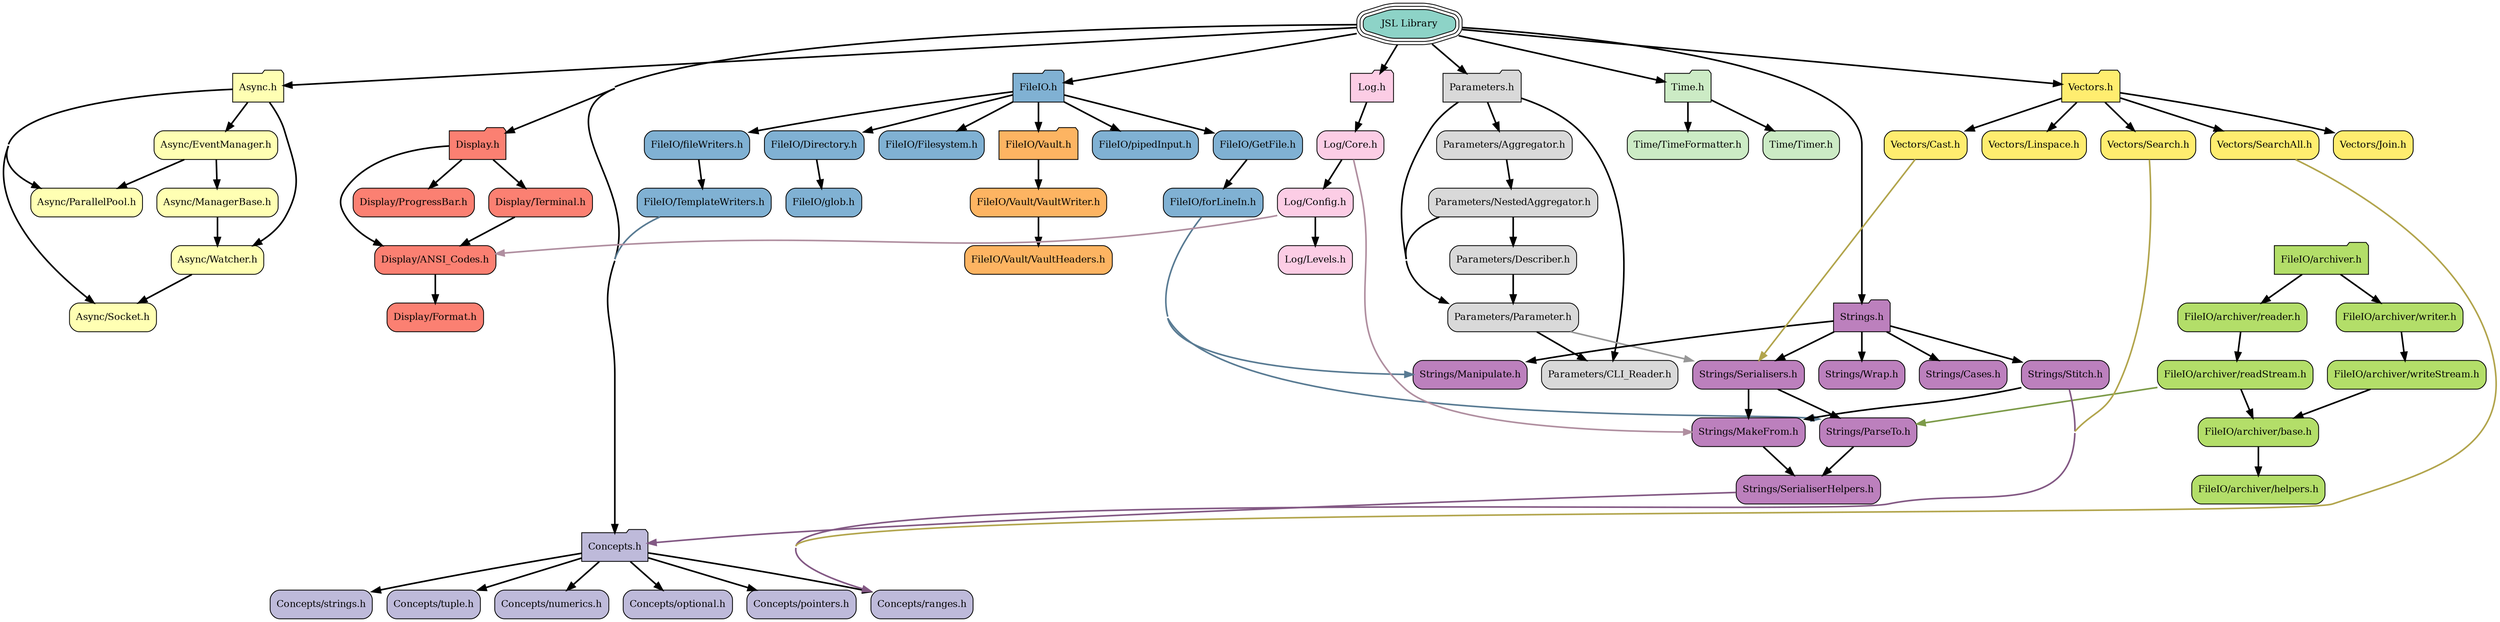
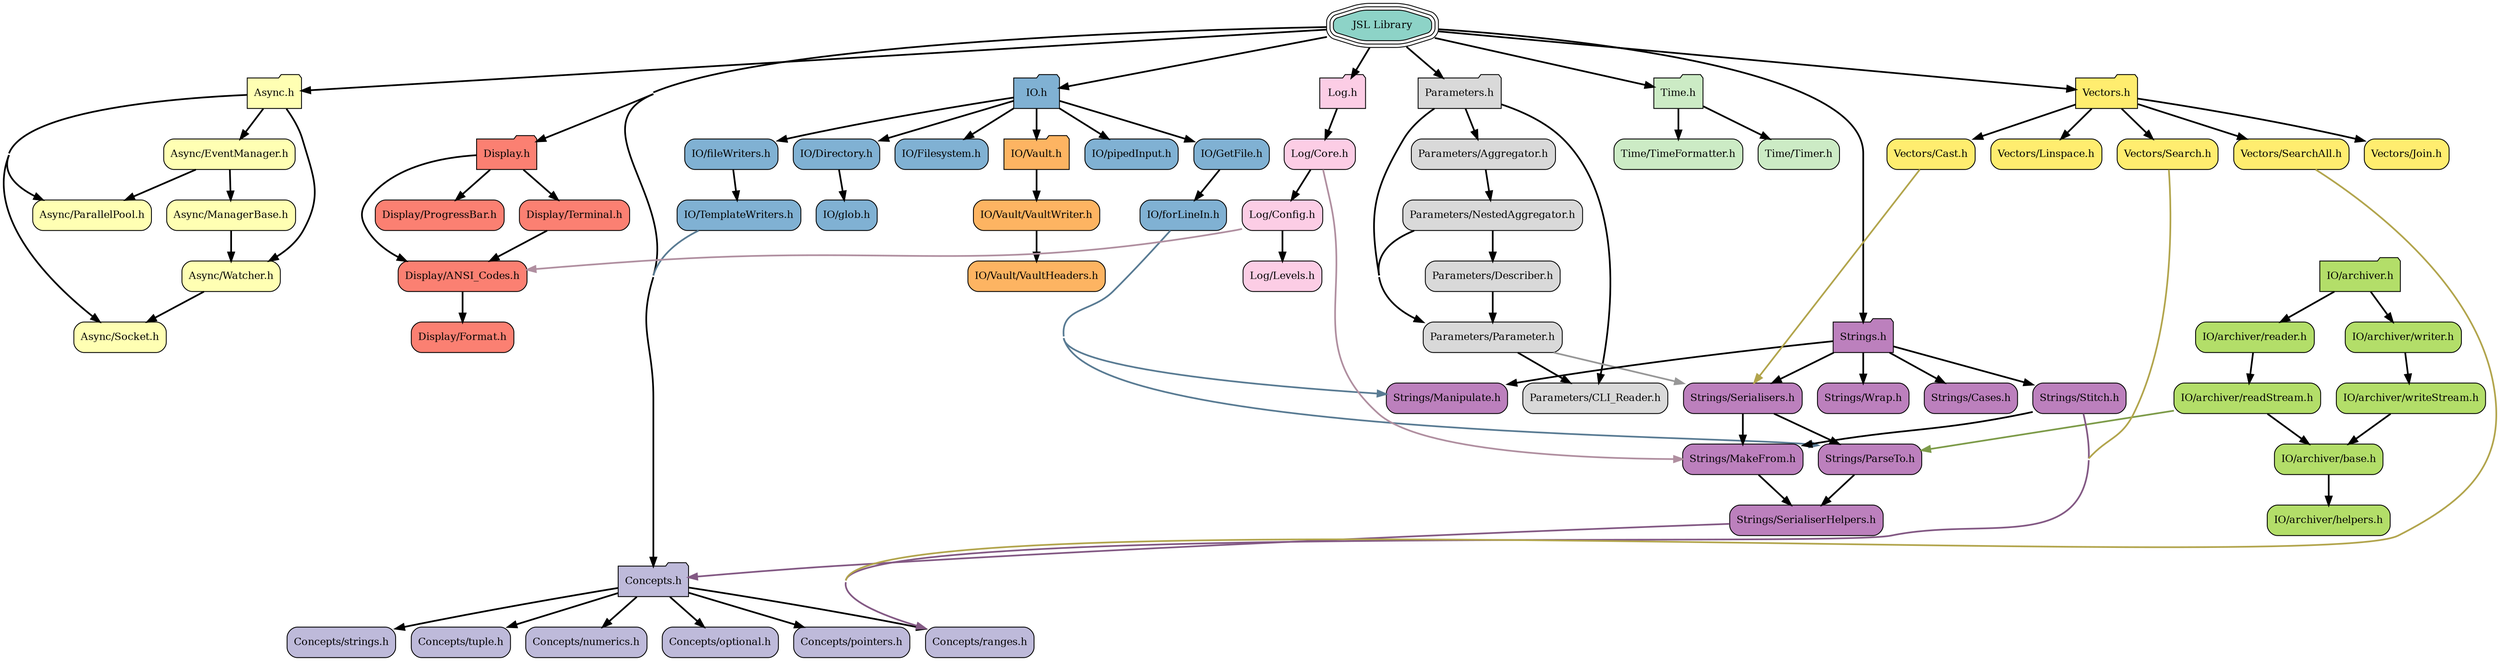
digraph codeviz{
	bgcolor="#ffffff"
	concentrate=true
	splines=true
	sep="+15,+15"
	overlap=false

	node[shape=Mrecord,fontsize=12]

	node[fillcolor="#8dd3c7", style="rounded,filled", shape=tripleoctagon, color="black"] "JSL.h"                           [label="JSL Library"]
	node[fillcolor="#ffffb3", style="rounded,filled", shape=folder, color="black"] "Async.h"                         [label="Async.h"]
	node[fillcolor="#ffffb3", style="rounded,filled", shape=box, color="black"] "Async/EventManager.h"            [label="Async/EventManager.h"]
	node[fillcolor="#ffffb3", style="rounded,filled", shape=box, color="black"] "Async/ManagerBase.h"             [label="Async/ManagerBase.h"]
	node[fillcolor="#ffffb3", style="rounded,filled", shape=box, color="black"] "Async/ParallelPool.h"            [label="Async/ParallelPool.h"]
	node[fillcolor="#ffffb3", style="rounded,filled", shape=box, color="black"] "Async/Socket.h"                  [label="Async/Socket.h"]
	node[fillcolor="#ffffb3", style="rounded,filled", shape=box, color="black"] "Async/Watcher.h"                 [label="Async/Watcher.h"]
	node[fillcolor="#bebada", style="rounded,filled", shape=folder, color="black"] "Concepts.h"                      [label="Concepts.h"]
	node[fillcolor="#bebada", style="rounded,filled", shape=box, color="black"] "Concepts/numerics.h"             [label="Concepts/numerics.h"]
	node[fillcolor="#bebada", style="rounded,filled", shape=box, color="black"] "Concepts/optional.h"             [label="Concepts/optional.h"]
	node[fillcolor="#bebada", style="rounded,filled", shape=box, color="black"] "Concepts/pointers.h"             [label="Concepts/pointers.h"]
	node[fillcolor="#bebada", style="rounded,filled", shape=box, color="black"] "Concepts/ranges.h"               [label="Concepts/ranges.h"]
	node[fillcolor="#bebada", style="rounded,filled", shape=box, color="black"] "Concepts/strings.h"              [label="Concepts/strings.h"]
	node[fillcolor="#bebada", style="rounded,filled", shape=box, color="black"] "Concepts/tuple.h"                [label="Concepts/tuple.h"]
	node[fillcolor="#fb8072", style="rounded,filled", shape=folder, color="black"] "Display.h"                       [label="Display.h"]
	node[fillcolor="#fb8072", style="rounded,filled", shape=box, color="black"] "Display/ANSI_Codes.h"            [label="Display/ANSI_Codes.h"]
	node[fillcolor="#fb8072", style="rounded,filled", shape=box, color="black"] "Display/Format.h"                [label="Display/Format.h"]
	node[fillcolor="#fb8072", style="rounded,filled", shape=box, color="black"] "Display/ProgressBar.h"           [label="Display/ProgressBar.h"]
	node[fillcolor="#fb8072", style="rounded,filled", shape=box, color="black"] "Display/Terminal.h"              [label="Display/Terminal.h"]
- 	node[fillcolor="#80b1d3", style="rounded,filled", shape=folder, color="black"] "FileIO.h"                        [label="FileIO.h"]
- 	node[fillcolor="#80b1d3", style="rounded,filled", shape=box, color="black"] "FileIO/Directory.h"              [label="FileIO/Directory.h"]
- 	node[fillcolor="#80b1d3", style="rounded,filled", shape=box, color="black"] "FileIO/Filesystem.h"             [label="FileIO/Filesystem.h"]
- 	node[fillcolor="#80b1d3", style="rounded,filled", shape=box, color="black"] "FileIO/GetFile.h"                [label="FileIO/GetFile.h"]
- 	node[fillcolor="#80b1d3", style="rounded,filled", shape=box, color="black"] "FileIO/TemplateWriters.h"        [label="FileIO/TemplateWriters.h"]
- 	node[fillcolor="#fdb462", style="rounded,filled", shape=folder, color="black"] "FileIO/Vault.h"                  [label="FileIO/Vault.h"]
- 	node[fillcolor="#fdb462", style="rounded,filled", shape=box, color="black"] "FileIO/Vault/VaultHeaders.h"     [label="FileIO/Vault/VaultHeaders.h"]
- 	node[fillcolor="#fdb462", style="rounded,filled", shape=box, color="black"] "FileIO/Vault/VaultWriter.h"      [label="FileIO/Vault/VaultWriter.h"]
- 	node[fillcolor="#b3de69", style="rounded,filled", shape=folder, color="black"] "FileIO/archiver.h"               [label="FileIO/archiver.h"]
- 	node[fillcolor="#b3de69", style="rounded,filled", shape=box, color="black"] "FileIO/archiver/base.h"          [label="FileIO/archiver/base.h"]
- 	node[fillcolor="#b3de69", style="rounded,filled", shape=box, color="black"] "FileIO/archiver/helpers.h"       [label="FileIO/archiver/helpers.h"]
- 	node[fillcolor="#b3de69", style="rounded,filled", shape=box, color="black"] "FileIO/archiver/readStream.h"    [label="FileIO/archiver/readStream.h"]
- 	node[fillcolor="#b3de69", style="rounded,filled", shape=box, color="black"] "FileIO/archiver/reader.h"        [label="FileIO/archiver/reader.h"]
- 	node[fillcolor="#b3de69", style="rounded,filled", shape=box, color="black"] "FileIO/archiver/writeStream.h"   [label="FileIO/archiver/writeStream.h"]
- 	node[fillcolor="#b3de69", style="rounded,filled", shape=box, color="black"] "FileIO/archiver/writer.h"        [label="FileIO/archiver/writer.h"]
- 	node[fillcolor="#80b1d3", style="rounded,filled", shape=box, color="black"] "FileIO/fileWriters.h"            [label="FileIO/fileWriters.h"]
- 	node[fillcolor="#80b1d3", style="rounded,filled", shape=box, color="black"] "FileIO/forLineIn.h"              [label="FileIO/forLineIn.h"]
- 	node[fillcolor="#80b1d3", style="rounded,filled", shape=box, color="black"] "FileIO/glob.h"                   [label="FileIO/glob.h"]
- 	node[fillcolor="#80b1d3", style="rounded,filled", shape=box, color="black"] "FileIO/pipedInput.h"             [label="FileIO/pipedInput.h"]
+ 	node[fillcolor="#80b1d3", style="rounded,filled", shape=folder, color="black"] "IO.h"                            [label="IO.h"]
+ 	node[fillcolor="#80b1d3", style="rounded,filled", shape=box, color="black"] "IO/Directory.h"                  [label="IO/Directory.h"]
+ 	node[fillcolor="#80b1d3", style="rounded,filled", shape=box, color="black"] "IO/Filesystem.h"                 [label="IO/Filesystem.h"]
+ 	node[fillcolor="#80b1d3", style="rounded,filled", shape=box, color="black"] "IO/GetFile.h"                    [label="IO/GetFile.h"]
+ 	node[fillcolor="#80b1d3", style="rounded,filled", shape=box, color="black"] "IO/TemplateWriters.h"            [label="IO/TemplateWriters.h"]
+ 	node[fillcolor="#fdb462", style="rounded,filled", shape=folder, color="black"] "IO/Vault.h"                      [label="IO/Vault.h"]
+ 	node[fillcolor="#fdb462", style="rounded,filled", shape=box, color="black"] "IO/Vault/VaultHeaders.h"         [label="IO/Vault/VaultHeaders.h"]
+ 	node[fillcolor="#fdb462", style="rounded,filled", shape=box, color="black"] "IO/Vault/VaultWriter.h"          [label="IO/Vault/VaultWriter.h"]
+ 	node[fillcolor="#b3de69", style="rounded,filled", shape=folder, color="black"] "IO/archiver.h"                   [label="IO/archiver.h"]
+ 	node[fillcolor="#b3de69", style="rounded,filled", shape=box, color="black"] "IO/archiver/base.h"              [label="IO/archiver/base.h"]
+ 	node[fillcolor="#b3de69", style="rounded,filled", shape=box, color="black"] "IO/archiver/helpers.h"           [label="IO/archiver/helpers.h"]
+ 	node[fillcolor="#b3de69", style="rounded,filled", shape=box, color="black"] "IO/archiver/readStream.h"        [label="IO/archiver/readStream.h"]
+ 	node[fillcolor="#b3de69", style="rounded,filled", shape=box, color="black"] "IO/archiver/reader.h"            [label="IO/archiver/reader.h"]
+ 	node[fillcolor="#b3de69", style="rounded,filled", shape=box, color="black"] "IO/archiver/writeStream.h"       [label="IO/archiver/writeStream.h"]
+ 	node[fillcolor="#b3de69", style="rounded,filled", shape=box, color="black"] "IO/archiver/writer.h"            [label="IO/archiver/writer.h"]
+ 	node[fillcolor="#80b1d3", style="rounded,filled", shape=box, color="black"] "IO/fileWriters.h"                [label="IO/fileWriters.h"]
+ 	node[fillcolor="#80b1d3", style="rounded,filled", shape=box, color="black"] "IO/forLineIn.h"                  [label="IO/forLineIn.h"]
+ 	node[fillcolor="#80b1d3", style="rounded,filled", shape=box, color="black"] "IO/glob.h"                       [label="IO/glob.h"]
+ 	node[fillcolor="#80b1d3", style="rounded,filled", shape=box, color="black"] "IO/pipedInput.h"                 [label="IO/pipedInput.h"]
	node[fillcolor="#fccde5", style="rounded,filled", shape=folder, color="black"] "Log.h"                           [label="Log.h"]
	node[fillcolor="#fccde5", style="rounded,filled", shape=box, color="black"] "Log/Config.h"                    [label="Log/Config.h"]
	node[fillcolor="#fccde5", style="rounded,filled", shape=box, color="black"] "Log/Core.h"                      [label="Log/Core.h"]
	node[fillcolor="#fccde5", style="rounded,filled", shape=box, color="black"] "Log/Levels.h"                    [label="Log/Levels.h"]
	node[fillcolor="#d9d9d9", style="rounded,filled", shape=folder, color="black"] "Parameters.h"                    [label="Parameters.h"]
	node[fillcolor="#d9d9d9", style="rounded,filled", shape=box, color="black"] "Parameters/Aggregator.h"         [label="Parameters/Aggregator.h"]
	node[fillcolor="#d9d9d9", style="rounded,filled", shape=box, color="black"] "Parameters/CLI_Reader.h"         [label="Parameters/CLI_Reader.h"]
	node[fillcolor="#d9d9d9", style="rounded,filled", shape=box, color="black"] "Parameters/Describer.h"          [label="Parameters/Describer.h"]
	node[fillcolor="#d9d9d9", style="rounded,filled", shape=box, color="black"] "Parameters/NestedAggregator.h"   [label="Parameters/NestedAggregator.h"]
	node[fillcolor="#d9d9d9", style="rounded,filled", shape=box, color="black"] "Parameters/Parameter.h"          [label="Parameters/Parameter.h"]
	node[fillcolor="#bc80bd", style="rounded,filled", shape=folder, color="black"] "Strings.h"                       [label="Strings.h"]
	node[fillcolor="#bc80bd", style="rounded,filled", shape=box, color="black"] "Strings/Cases.h"                 [label="Strings/Cases.h"]
	node[fillcolor="#bc80bd", style="rounded,filled", shape=box, color="black"] "Strings/MakeFrom.h"              [label="Strings/MakeFrom.h"]
	node[fillcolor="#bc80bd", style="rounded,filled", shape=box, color="black"] "Strings/Manipulate.h"            [label="Strings/Manipulate.h"]
	node[fillcolor="#bc80bd", style="rounded,filled", shape=box, color="black"] "Strings/ParseTo.h"               [label="Strings/ParseTo.h"]
	node[fillcolor="#bc80bd", style="rounded,filled", shape=box, color="black"] "Strings/SerialiserHelpers.h"     [label="Strings/SerialiserHelpers.h"]
	node[fillcolor="#bc80bd", style="rounded,filled", shape=box, color="black"] "Strings/Serialisers.h"           [label="Strings/Serialisers.h"]
	node[fillcolor="#bc80bd", style="rounded,filled", shape=box, color="black"] "Strings/Stitch.h"                [label="Strings/Stitch.h"]
	node[fillcolor="#bc80bd", style="rounded,filled", shape=box, color="black"] "Strings/Wrap.h"                  [label="Strings/Wrap.h"]
	node[fillcolor="#ccebc5", style="rounded,filled", shape=folder, color="black"] "Time.h"                          [label="Time.h"]
	node[fillcolor="#ccebc5", style="rounded,filled", shape=box, color="black"] "Time/TimeFormatter.h"            [label="Time/TimeFormatter.h"]
	node[fillcolor="#ccebc5", style="rounded,filled", shape=box, color="black"] "Time/Timer.h"                    [label="Time/Timer.h"]
	node[fillcolor="#ffed6f", style="rounded,filled", shape=folder, color="black"] "Vectors.h"                       [label="Vectors.h"]
	node[fillcolor="#ffed6f", style="rounded,filled", shape=box, color="black"] "Vectors/Cast.h"                  [label="Vectors/Cast.h"]
	node[fillcolor="#ffed6f", style="rounded,filled", shape=box, color="black"] "Vectors/Join.h"                  [label="Vectors/Join.h"]
	node[fillcolor="#ffed6f", style="rounded,filled", shape=box, color="black"] "Vectors/Linspace.h"              [label="Vectors/Linspace.h"]
	node[fillcolor="#ffed6f", style="rounded,filled", shape=box, color="black"] "Vectors/Search.h"                [label="Vectors/Search.h"]
	node[fillcolor="#ffed6f", style="rounded,filled", shape=box, color="black"] "Vectors/SearchAll.h"             [label="Vectors/SearchAll.h"]
+ 	"JSL.h"                           -> "Async.h"[weight=10,penwidth=2]
+ 	"JSL.h"                           -> "IO.h"[weight=10,penwidth=2]
	"JSL.h"                           -> "Parameters.h"[weight=10,penwidth=2]
+ 	"JSL.h"                           -> "Display.h"[weight=10,penwidth=2]
	"JSL.h"                           -> "Time.h"[weight=10,penwidth=2]
+ 	"JSL.h"                           -> "Strings.h"[weight=10,penwidth=2]
+ 	"JSL.h"                           -> "Log.h"[weight=10,penwidth=2]
	"JSL.h"                           -> "Concepts.h"[weight=10,penwidth=2]
- 	"JSL.h"                           -> "Log.h"[weight=10,penwidth=2]
- 	"JSL.h"                           -> "Async.h"[weight=10,penwidth=2]
	"JSL.h"                           -> "Vectors.h"[weight=10,penwidth=2]
- 	"JSL.h"                           -> "Strings.h"[weight=10,penwidth=2]
- 	"JSL.h"                           -> "FileIO.h"[weight=10,penwidth=2]
- 	"JSL.h"                           -> "Display.h"[weight=10,penwidth=2]
	"Async.h"                         -> "Async/Socket.h"[weight=10,penwidth=2]
	"Async.h"                         -> "Async/Watcher.h"[weight=10,penwidth=2]
	"Async.h"                         -> "Async/EventManager.h"[weight=10,penwidth=2]
	"Async.h"                         -> "Async/ParallelPool.h"[weight=10,penwidth=2]
	"Async/EventManager.h"            -> "Async/ManagerBase.h"[weight=10,penwidth=2]
	"Async/EventManager.h"            -> "Async/ParallelPool.h"[weight=10,penwidth=2]
	"Async/ManagerBase.h"             -> "Async/Watcher.h"[weight=10,penwidth=2]
	"Async/Watcher.h"                 -> "Async/Socket.h"[weight=10,penwidth=2]
	"Concepts.h"                      -> "Concepts/numerics.h"[weight=10,penwidth=2]
- 	"Concepts.h"                      -> "Concepts/ranges.h"[weight=10,penwidth=2]
	"Concepts.h"                      -> "Concepts/optional.h"[weight=10,penwidth=2]
- 	"Concepts.h"                      -> "Concepts/tuple.h"[weight=10,penwidth=2]
	"Concepts.h"                      -> "Concepts/strings.h"[weight=10,penwidth=2]
	"Concepts.h"                      -> "Concepts/pointers.h"[weight=10,penwidth=2]
+ 	"Concepts.h"                      -> "Concepts/ranges.h"[weight=10,penwidth=2]
+ 	"Concepts.h"                      -> "Concepts/tuple.h"[weight=10,penwidth=2]
	"Display.h"                       -> "Display/Terminal.h"[weight=10,penwidth=2]
+ 	"Display.h"                       -> "Display/ProgressBar.h"[weight=10,penwidth=2]
	"Display.h"                       -> "Display/ANSI_Codes.h"[weight=10,penwidth=2]
- 	"Display.h"                       -> "Display/ProgressBar.h"[weight=10,penwidth=2]
	"Display/ANSI_Codes.h"            -> "Display/Format.h"[weight=10,penwidth=2]
	"Display/Terminal.h"              -> "Display/ANSI_Codes.h"[weight=10,penwidth=2]
- 	"FileIO.h"                        -> "FileIO/fileWriters.h"[weight=10,penwidth=2]
- 	"FileIO.h"                        -> "FileIO/pipedInput.h"[weight=10,penwidth=2]
- 	"FileIO.h"                        -> "FileIO/Filesystem.h"[weight=10,penwidth=2]
- 	"FileIO.h"                        -> "FileIO/Vault.h"[weight=10,penwidth=2]
- 	"FileIO.h"                        -> "FileIO/Directory.h"[weight=10,penwidth=2]
- 	"FileIO.h"                        -> "FileIO/GetFile.h"[weight=10,penwidth=2]
- 	"FileIO/Directory.h"              -> "FileIO/glob.h"[weight=10,penwidth=2]
- 	"FileIO/GetFile.h"                -> "FileIO/forLineIn.h"[weight=10,penwidth=2]
- 	"FileIO/TemplateWriters.h"        -> "Concepts.h"[weight=0,penwidth=2,color="#597b93"]
- 	"FileIO/Vault.h"                  -> "FileIO/Vault/VaultWriter.h"[weight=10,penwidth=2]
- 	"FileIO/Vault/VaultWriter.h"      -> "FileIO/Vault/VaultHeaders.h"[weight=10,penwidth=2]
- 	"FileIO/archiver.h"               -> "FileIO/archiver/writer.h"[weight=10,penwidth=2]
- 	"FileIO/archiver.h"               -> "FileIO/archiver/reader.h"[weight=10,penwidth=2]
- 	"FileIO/archiver/base.h"          -> "FileIO/archiver/helpers.h"[weight=10,penwidth=2]
- 	"FileIO/archiver/readStream.h"    -> "FileIO/archiver/base.h"[weight=10,penwidth=2]
- 	"FileIO/archiver/readStream.h"    -> "Strings/ParseTo.h"[weight=0,penwidth=2,color="#7d9b49"]
- 	"FileIO/archiver/reader.h"        -> "FileIO/archiver/readStream.h"[weight=10,penwidth=2]
- 	"FileIO/archiver/writeStream.h"   -> "FileIO/archiver/base.h"[weight=10,penwidth=2]
- 	"FileIO/archiver/writer.h"        -> "FileIO/archiver/writeStream.h"[weight=10,penwidth=2]
- 	"FileIO/fileWriters.h"            -> "FileIO/TemplateWriters.h"[weight=10,penwidth=2]
- 	"FileIO/forLineIn.h"              -> "Strings/ParseTo.h"[weight=0,penwidth=2,color="#597b93"]
- 	"FileIO/forLineIn.h"              -> "Strings/Manipulate.h"[weight=0,penwidth=2,color="#597b93"]
+ 	"IO.h"                            -> "IO/GetFile.h"[weight=10,penwidth=2]
+ 	"IO.h"                            -> "IO/pipedInput.h"[weight=10,penwidth=2]
+ 	"IO.h"                            -> "IO/Directory.h"[weight=10,penwidth=2]
+ 	"IO.h"                            -> "IO/Filesystem.h"[weight=10,penwidth=2]
+ 	"IO.h"                            -> "IO/Vault.h"[weight=10,penwidth=2]
+ 	"IO.h"                            -> "IO/fileWriters.h"[weight=10,penwidth=2]
+ 	"IO/Directory.h"                  -> "IO/glob.h"[weight=10,penwidth=2]
+ 	"IO/GetFile.h"                    -> "IO/forLineIn.h"[weight=10,penwidth=2]
+ 	"IO/TemplateWriters.h"            -> "Concepts.h"[weight=0,penwidth=2,color="#597b93"]
+ 	"IO/Vault.h"                      -> "IO/Vault/VaultWriter.h"[weight=10,penwidth=2]
+ 	"IO/Vault/VaultWriter.h"          -> "IO/Vault/VaultHeaders.h"[weight=10,penwidth=2]
+ 	"IO/archiver.h"                   -> "IO/archiver/writer.h"[weight=10,penwidth=2]
+ 	"IO/archiver.h"                   -> "IO/archiver/reader.h"[weight=10,penwidth=2]
+ 	"IO/archiver/base.h"              -> "IO/archiver/helpers.h"[weight=10,penwidth=2]
+ 	"IO/archiver/readStream.h"        -> "IO/archiver/base.h"[weight=10,penwidth=2]
+ 	"IO/archiver/readStream.h"        -> "Strings/ParseTo.h"[weight=0,penwidth=2,color="#7d9b49"]
+ 	"IO/archiver/reader.h"            -> "IO/archiver/readStream.h"[weight=10,penwidth=2]
+ 	"IO/archiver/writeStream.h"       -> "IO/archiver/base.h"[weight=10,penwidth=2]
+ 	"IO/archiver/writer.h"            -> "IO/archiver/writeStream.h"[weight=10,penwidth=2]
+ 	"IO/fileWriters.h"                -> "IO/TemplateWriters.h"[weight=10,penwidth=2]
+ 	"IO/forLineIn.h"                  -> "Strings/Manipulate.h"[weight=0,penwidth=2,color="#597b93"]
+ 	"IO/forLineIn.h"                  -> "Strings/ParseTo.h"[weight=0,penwidth=2,color="#597b93"]
	"Log.h"                           -> "Log/Core.h"[weight=10,penwidth=2]
	"Log/Config.h"                    -> "Display/ANSI_Codes.h"[weight=0,penwidth=2,color="#b08fa0"]
	"Log/Config.h"                    -> "Log/Levels.h"[weight=10,penwidth=2]
	"Log/Core.h"                      -> "Strings/MakeFrom.h"[weight=0,penwidth=2,color="#b08fa0"]
	"Log/Core.h"                      -> "Log/Config.h"[weight=10,penwidth=2]
	"Parameters.h"                    -> "Parameters/Parameter.h"[weight=10,penwidth=2]
	"Parameters.h"                    -> "Parameters/Aggregator.h"[weight=10,penwidth=2]
	"Parameters.h"                    -> "Parameters/CLI_Reader.h"[weight=10,penwidth=2]
	"Parameters/Aggregator.h"         -> "Parameters/NestedAggregator.h"[weight=10,penwidth=2]
	"Parameters/Describer.h"          -> "Parameters/Parameter.h"[weight=10,penwidth=2]
	"Parameters/NestedAggregator.h"   -> "Parameters/Describer.h"[weight=10,penwidth=2]
	"Parameters/NestedAggregator.h"   -> "Parameters/Parameter.h"[weight=10,penwidth=2]
	"Parameters/Parameter.h"          -> "Parameters/CLI_Reader.h"[weight=10,penwidth=2]
	"Parameters/Parameter.h"          -> "Strings/Serialisers.h"[weight=0,penwidth=2,color="#979797"]
	"Strings.h"                       -> "Strings/Serialisers.h"[weight=10,penwidth=2]
	"Strings.h"                       -> "Strings/Cases.h"[weight=10,penwidth=2]
	"Strings.h"                       -> "Strings/Manipulate.h"[weight=10,penwidth=2]
	"Strings.h"                       -> "Strings/Stitch.h"[weight=10,penwidth=2]
	"Strings.h"                       -> "Strings/Wrap.h"[weight=10,penwidth=2]
	"Strings/MakeFrom.h"              -> "Strings/SerialiserHelpers.h"[weight=10,penwidth=2]
	"Strings/ParseTo.h"               -> "Strings/SerialiserHelpers.h"[weight=10,penwidth=2]
	"Strings/SerialiserHelpers.h"     -> "Concepts.h"[weight=0,penwidth=2,color="#835984"]
+ 	"Strings/Serialisers.h"           -> "Strings/MakeFrom.h"[weight=10,penwidth=2]
	"Strings/Serialisers.h"           -> "Strings/ParseTo.h"[weight=10,penwidth=2]
- 	"Strings/Serialisers.h"           -> "Strings/MakeFrom.h"[weight=10,penwidth=2]
+ 	"Strings/Stitch.h"                -> "Strings/MakeFrom.h"[weight=10,penwidth=2]
	"Strings/Stitch.h"                -> "Concepts/ranges.h"[weight=0,penwidth=2,color="#835984"]
- 	"Strings/Stitch.h"                -> "Strings/MakeFrom.h"[weight=10,penwidth=2]
	"Time.h"                          -> "Time/Timer.h"[weight=10,penwidth=2]
	"Time.h"                          -> "Time/TimeFormatter.h"[weight=10,penwidth=2]
	"Vectors.h"                       -> "Vectors/Cast.h"[weight=10,penwidth=2]
	"Vectors.h"                       -> "Vectors/Search.h"[weight=10,penwidth=2]
	"Vectors.h"                       -> "Vectors/SearchAll.h"[weight=10,penwidth=2]
	"Vectors.h"                       -> "Vectors/Join.h"[weight=10,penwidth=2]
	"Vectors.h"                       -> "Vectors/Linspace.h"[weight=10,penwidth=2]
	"Vectors/Cast.h"                  -> "Strings/Serialisers.h"[weight=0,penwidth=2,color="#b2a54d"]
	"Vectors/Search.h"                -> "Concepts/ranges.h"[weight=0,penwidth=2,color="#b2a54d"]
	"Vectors/SearchAll.h"             -> "Concepts/ranges.h"[weight=0,penwidth=2,color="#b2a54d"]
}